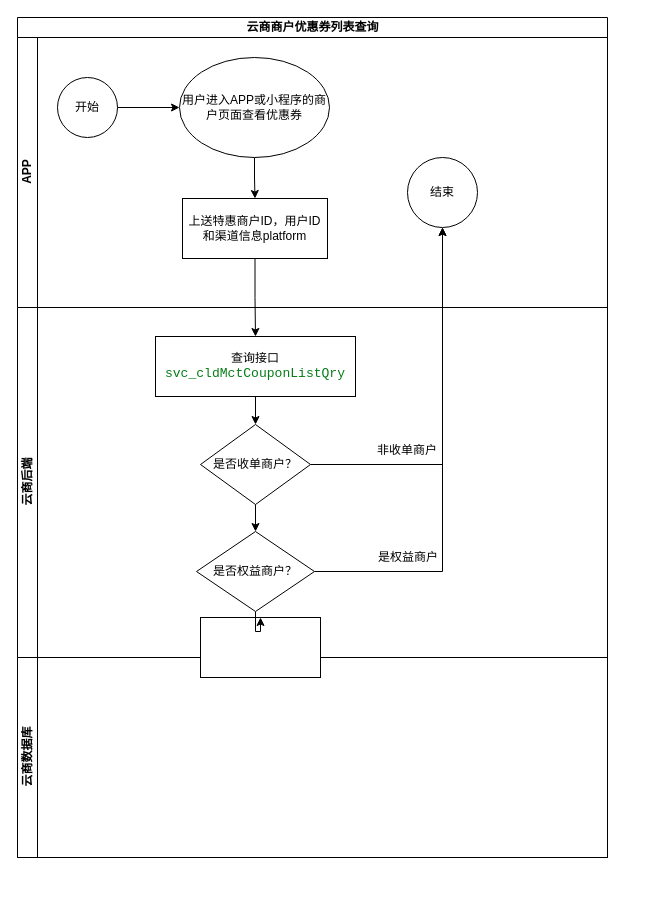
This is Untitled Diagram.drawio from daouyangak/upgraded-umbrella, a draw.io file, before an edit. Source tidied: cells renumbered, new cells numbered last; positions are measured from the earlier drawing's top-left corner, leaving out a move shared by most shapes. Both pictures are drawn from the tidied source at 100%, with x=0, y=0 at pixel (17, 17).
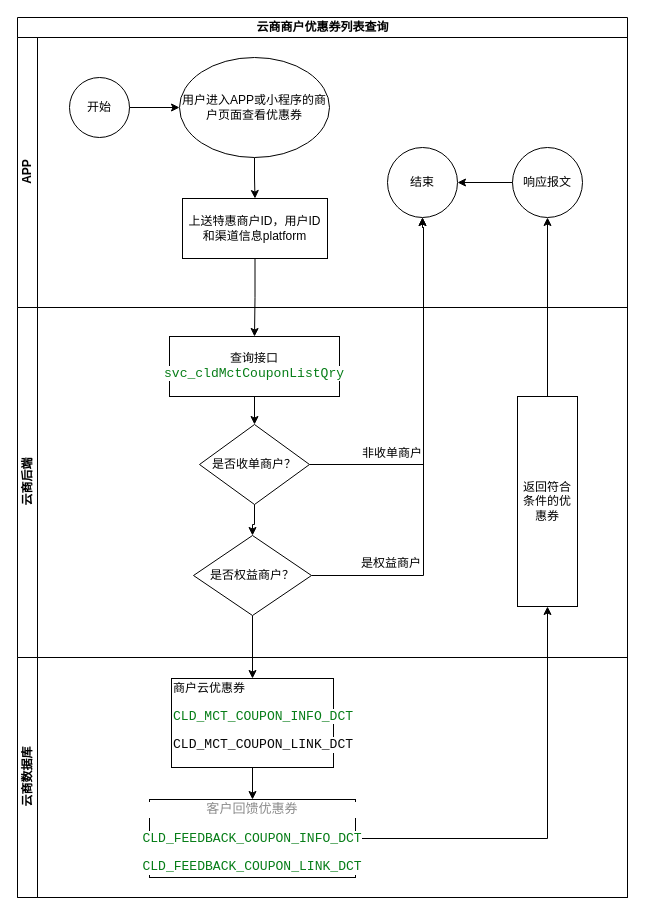
The same page after the edit.

The edit, as a diff of the source:
```diff
@@
     <mxCell id="2" value="云商商户优惠券列表查询" style="swimlane;html=1;horizontal=1;startSize=20;" parent="1" vertex="1">
-      <mxGeometry width="590" height="840" as="geometry" />
+      <mxGeometry width="610" height="880" as="geometry" />
     </mxCell>
     <mxCell id="3" value="APP" style="swimlane;html=1;startSize=20;horizontal=0;" parent="2" vertex="1">
-      <mxGeometry y="20" width="590" height="270" as="geometry" />
+      <mxGeometry y="20" width="610" height="270" as="geometry" />
     </mxCell>
     <mxCell id="4" value="开始" style="ellipse;whiteSpace=wrap;html=1;" parent="3" vertex="1">
-      <mxGeometry x="40" y="40" width="60" height="60" as="geometry" />
+      <mxGeometry x="52" y="40" width="60" height="60" as="geometry" />
     </mxCell>
@@
     <mxCell id="6" value="结束" style="ellipse;whiteSpace=wrap;html=1;" parent="3" vertex="1">
-      <mxGeometry x="390" y="120" width="70" height="70" as="geometry" />
+      <mxGeometry x="370" y="110" width="70" height="70" as="geometry" />
     </mxCell>
@@
+    <mxCell id="25" value="响应报文" style="ellipse;whiteSpace=wrap;html=1;" parent="3" vertex="1">
+      <mxGeometry x="495" y="110" width="70" height="70" as="geometry" />
+    </mxCell>
+    <mxCell id="26" style="endArrow=classic;html=1;" parent="3" edge="1" source="25" target="6">
+      <mxGeometry relative="1" as="geometry" />
+    </mxCell>
     <mxCell id="8" value="云商后端" style="swimlane;html=1;startSize=20;horizontal=0;" parent="2" vertex="1">
-      <mxGeometry y="290" width="590" height="350" as="geometry" />
+      <mxGeometry y="290" width="610" height="350" as="geometry" />
     </mxCell>
     <mxCell id="9" value="查询接口&lt;span style=&quot;color: rgb(6 , 125 , 23) ; background-color: rgb(255 , 255 , 255) ; font-family: &amp;#34;jetbrains mono&amp;#34; , monospace ; font-size: 9.8pt&quot;&gt;svc_cldMctCouponListQry&lt;/span&gt;" style="whiteSpace=wrap;html=1;" parent="8" vertex="1">
-      <mxGeometry x="138" y="29" width="200" height="60" as="geometry" />
+      <mxGeometry x="152" y="29" width="170" height="60" as="geometry" />
     </mxCell>
     <mxCell id="10" value="是否收单商户？" style="rhombus;whiteSpace=wrap;html=1;" parent="8" vertex="1">
-      <mxGeometry x="183" y="117" width="110" height="80" as="geometry" />
+      <mxGeometry x="182" y="117" width="110" height="80" as="geometry" />
     </mxCell>
@@
     <mxCell id="12" value="非收单商户" style="text;html=1;strokeColor=none;fillColor=none;align=center;verticalAlign=middle;whiteSpace=wrap;rounded=0;" parent="8" vertex="1">
-      <mxGeometry x="355" y="133" width="70" height="20" as="geometry" />
+      <mxGeometry x="340" y="136" width="70" height="20" as="geometry" />
     </mxCell>
     <mxCell id="13" value="是权益商户" style="text;html=1;strokeColor=none;fillColor=none;align=center;verticalAlign=middle;whiteSpace=wrap;rounded=0;" parent="8" vertex="1">
-      <mxGeometry x="360" y="240" width="62" height="20" as="geometry" />
+      <mxGeometry x="343" y="246" width="62" height="20" as="geometry" />
     </mxCell>
+    <mxCell id="27" value="返回符合条件的优惠券" style="rounded=0;whiteSpace=wrap;html=1;" parent="8" vertex="1">
+      <mxGeometry x="500" y="89" width="60" height="210" as="geometry" />
+    </mxCell>
+    <mxCell id="16" value="云商数据库" style="swimlane;html=1;startSize=20;horizontal=0;" parent="2" vertex="1">
+      <mxGeometry y="640" width="610" height="240" as="geometry" />
+    </mxCell>
@@
     <mxCell id="15" style="edgeStyle=orthogonalEdgeStyle;rounded=0;jettySize=auto;html=1;entryX=0.5;entryY=1;entryDx=0;entryDy=0;" parent="2" edge="1" source="10" target="6">
-      <mxGeometry relative="1" as="geometry" />
+      <mxGeometry relative="1" as="geometry">
+        <Array as="points">
+          <mxPoint x="406" y="447" />
+          <mxPoint x="406" y="210" />
+        </Array>
+      </mxGeometry>
     </mxCell>
-    <mxCell id="16" value="云商数据库" style="swimlane;html=1;startSize=20;horizontal=0;" parent="2" vertex="1">
-      <mxGeometry y="640" width="590" height="200" as="geometry" />
-    </mxCell>
-    <mxCell id="17" style="whiteSpace=wrap;html=1;" parent="16" vertex="1">
-      <mxGeometry x="183" y="-40" width="120" height="60" as="geometry" />
-    </mxCell>
+    <mxCell id="28" style="edgeStyle=orthogonalEdgeStyle;rounded=0;jettySize=auto;html=1;entryX=0.5;entryY=1;entryDx=0;entryDy=0;" parent="2" edge="1" source="27" target="25">
+      <mxGeometry relative="1" as="geometry" />
+    </mxCell>
@@
     <mxCell id="21" style="edgeStyle=orthogonalEdgeStyle;rounded=0;jettySize=auto;html=1;entryX=0.5;entryY=1;entryDx=0;entryDy=0;" parent="1" edge="1" source="23" target="6">
-      <mxGeometry relative="1" as="geometry" />
+      <mxGeometry relative="1" as="geometry">
+        <Array as="points">
+          <mxPoint x="406" y="558" />
+          <mxPoint x="406" y="210" />
+        </Array>
+      </mxGeometry>
     </mxCell>
@@
     <mxCell id="23" value="是否权益商户？" style="rhombus;whiteSpace=wrap;html=1;" parent="1" vertex="1">
-      <mxGeometry x="179" y="514" width="118" height="80" as="geometry" />
+      <mxGeometry x="176" y="518" width="118" height="80" as="geometry" />
     </mxCell>
@@
+    <mxCell id="29" style="edgeStyle=orthogonalEdgeStyle;rounded=0;jettySize=auto;html=1;" parent="1" edge="1" source="17" target="31">
+      <mxGeometry relative="1" as="geometry" />
+    </mxCell>
+    <mxCell id="17" value="商户云优惠券&lt;br&gt;&lt;pre style=&quot;background-color: #ffffff ; color: #080808 ; font-family: &amp;#34;jetbrains mono&amp;#34; , monospace ; font-size: 9.8pt&quot;&gt;&lt;span style=&quot;color: #067d17&quot;&gt;CLD_MCT_COUPON_INFO_DCT&lt;/span&gt;&lt;/pre&gt;&lt;pre style=&quot;background-color: #ffffff ; color: #080808 ; font-family: &amp;#34;jetbrains mono&amp;#34; , monospace ; font-size: 9.8pt&quot;&gt;CLD_MCT_COUPON_LINK_DCT&lt;/pre&gt;" style="whiteSpace=wrap;html=1;align=left;" parent="1" vertex="1">
+      <mxGeometry x="154" y="661" width="162" height="89" as="geometry" />
+    </mxCell>
+    <mxCell id="30" style="edgeStyle=orthogonalEdgeStyle;rounded=0;jettySize=auto;html=1;entryX=0.5;entryY=1;entryDx=0;entryDy=0;" parent="1" edge="1" source="31" target="27">
+      <mxGeometry relative="1" as="geometry" />
+    </mxCell>
+    <mxCell id="31" value="&lt;pre style=&quot;background-color: #ffffff ; color: #080808 ; font-family: &amp;#34;宋体&amp;#34; , monospace ; font-size: 9.8pt&quot;&gt;&lt;span style=&quot;color: rgb(140 , 140 , 140)&quot;&gt;客户回馈优惠券&lt;/span&gt;&lt;/pre&gt;&lt;pre style=&quot;background-color: #ffffff ; color: #080808 ; font-family: &amp;#34;宋体&amp;#34; , monospace ; font-size: 9.8pt&quot;&gt;&lt;pre style=&quot;font-family: &amp;#34;jetbrains mono&amp;#34; , monospace ; font-size: 9.8pt&quot;&gt;&lt;span style=&quot;color: #067d17&quot;&gt;CLD_FEEDBACK_COUPON_INFO_DCT&lt;/span&gt;&lt;/pre&gt;&lt;pre style=&quot;font-family: &amp;#34;jetbrains mono&amp;#34; , monospace ; font-size: 9.8pt&quot;&gt;&lt;span style=&quot;color: #067d17&quot;&gt;CLD_FEEDBACK_COUPON_LINK_DCT&lt;/span&gt;&lt;/pre&gt;&lt;/pre&gt;" style="whiteSpace=wrap;html=1;align=center;" parent="1" vertex="1">
+      <mxGeometry x="132" y="782" width="206" height="78" as="geometry" />
+    </mxCell>
```
